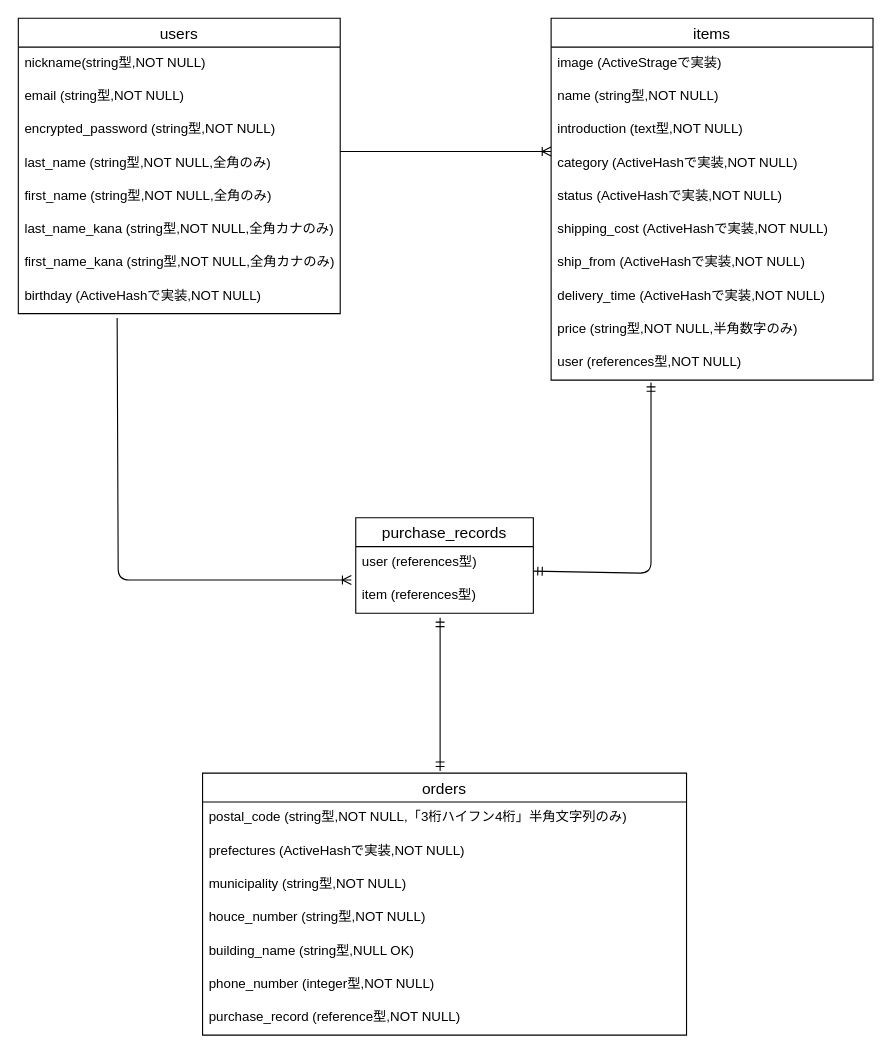
Earlier version of the draw.io diagram furima-ER.dio (sekikazuya/furima-36569). Source tidied: cells renumbered, new cells numbered last; positions are measured from the earlier drawing's top-left corner, leaving out a move shared by most shapes. Both pictures are drawn from the tidied source at 111%, with x=0, y=0 at pixel (18, 18).
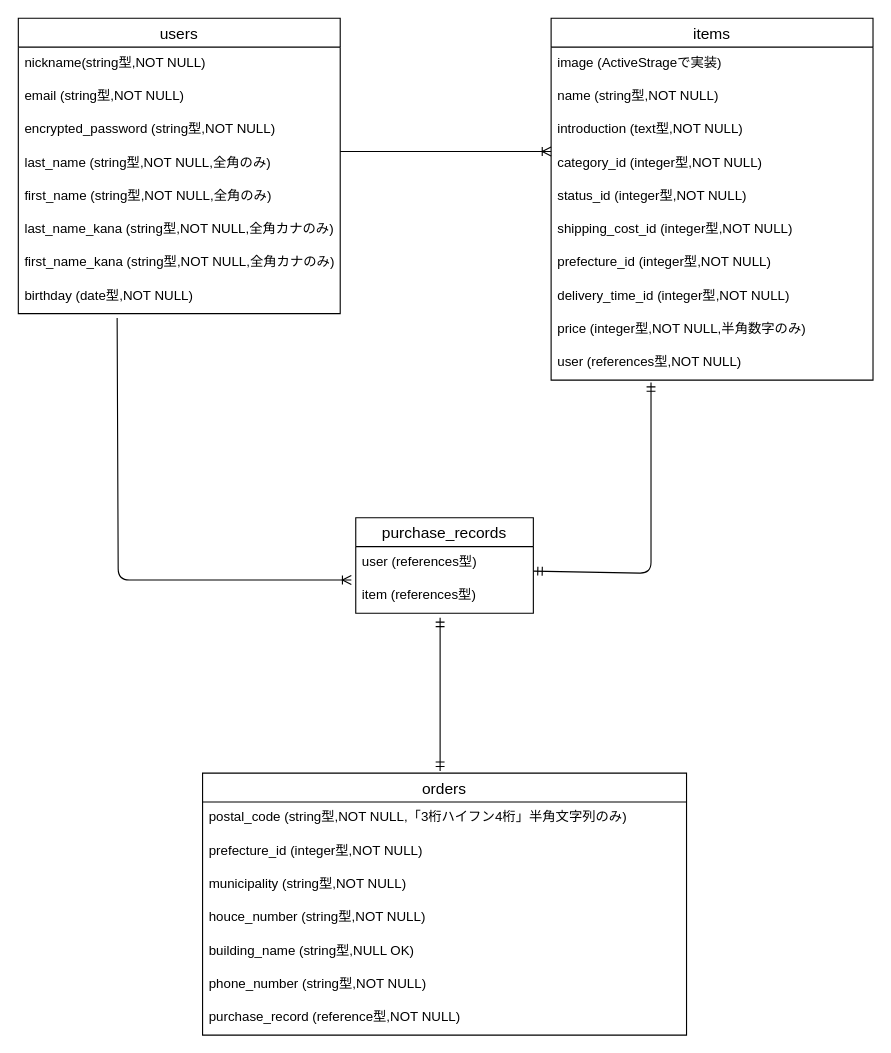
The same page after the edit.

The change refers to these unchanged cells:
```xml
<mxCell id="2" value="users" style="swimlane;fontStyle=0;horizontal=1;startSize=26;align=center;fontSize=14;" parent="1" vertex="1">
  <mxGeometry width="290" height="266" as="geometry" />
</mxCell>
<mxCell id="11" value="items" style="swimlane;fontStyle=0;horizontal=1;startSize=26;align=center;fontSize=14;" parent="1" vertex="1">
  <mxGeometry x="480" width="290" height="326" as="geometry" />
</mxCell>
<mxCell id="22" value="orders" style="swimlane;fontStyle=0;horizontal=1;startSize=26;align=center;fontSize=14;" parent="1" vertex="1">
  <mxGeometry x="166" y="680" width="436" height="236" as="geometry" />
</mxCell>
```

Diff of the diagram source:
```diff
@@
-    <mxCell id="10" value="birthday (ActiveHashで実装,NOT NULL)" style="text;strokeColor=none;fillColor=none;spacingLeft=4;spacingRight=4;overflow=hidden;points=[[0,0.5],[1,0.5]];portConstraint=eastwest;fontSize=12;" parent="2" vertex="1">
+    <mxCell id="10" value="birthday (date型,NOT NULL)" style="text;strokeColor=none;fillColor=none;spacingLeft=4;spacingRight=4;overflow=hidden;points=[[0,0.5],[1,0.5]];portConstraint=eastwest;fontSize=12;" parent="2" vertex="1">
       <mxGeometry y="236" width="290" height="30" as="geometry" />
     </mxCell>
@@
-    <mxCell id="15" value="category (ActiveHashで実装,NOT NULL)" style="text;strokeColor=none;fillColor=none;spacingLeft=4;spacingRight=4;overflow=hidden;points=[[0,0.5],[1,0.5]];portConstraint=eastwest;fontSize=12;" parent="11" vertex="1">
+    <mxCell id="15" value="category_id (integer型,NOT NULL)" style="text;strokeColor=none;fillColor=none;spacingLeft=4;spacingRight=4;overflow=hidden;points=[[0,0.5],[1,0.5]];portConstraint=eastwest;fontSize=12;" parent="11" vertex="1">
       <mxGeometry y="116" width="290" height="30" as="geometry" />
     </mxCell>
-    <mxCell id="16" value="status (ActiveHashで実装,NOT NULL)" style="text;strokeColor=none;fillColor=none;spacingLeft=4;spacingRight=4;overflow=hidden;fontSize=12;" parent="11" vertex="1">
+    <mxCell id="16" value="status_id (integer型,NOT NULL)" style="text;strokeColor=none;fillColor=none;spacingLeft=4;spacingRight=4;overflow=hidden;fontSize=12;" parent="11" vertex="1">
       <mxGeometry y="146" width="290" height="30" as="geometry" />
     </mxCell>
-    <mxCell id="17" value="shipping_cost (ActiveHashで実装,NOT NULL)" style="text;strokeColor=none;fillColor=none;spacingLeft=4;spacingRight=4;overflow=hidden;fontSize=12;" parent="11" vertex="1">
+    <mxCell id="17" value="shipping_cost_id (integer型,NOT NULL)" style="text;strokeColor=none;fillColor=none;spacingLeft=4;spacingRight=4;overflow=hidden;fontSize=12;" parent="11" vertex="1">
       <mxGeometry y="176" width="290" height="30" as="geometry" />
     </mxCell>
-    <mxCell id="18" value="ship_from (ActiveHashで実装,NOT NULL)" style="text;strokeColor=none;fillColor=none;spacingLeft=4;spacingRight=4;overflow=hidden;fontSize=12;" parent="11" vertex="1">
+    <mxCell id="18" value="prefecture_id (integer型,NOT NULL)" style="text;strokeColor=none;fillColor=none;spacingLeft=4;spacingRight=4;overflow=hidden;fontSize=12;" parent="11" vertex="1">
       <mxGeometry y="206" width="290" height="30" as="geometry" />
     </mxCell>
-    <mxCell id="19" value="delivery_time (ActiveHashで実装,NOT NULL)" style="text;strokeColor=none;fillColor=none;spacingLeft=4;spacingRight=4;overflow=hidden;fontSize=12;" parent="11" vertex="1">
+    <mxCell id="19" value="delivery_time_id (integer型,NOT NULL)" style="text;strokeColor=none;fillColor=none;spacingLeft=4;spacingRight=4;overflow=hidden;fontSize=12;" parent="11" vertex="1">
       <mxGeometry y="236" width="290" height="30" as="geometry" />
     </mxCell>
-    <mxCell id="20" value="price (string型,NOT NULL,半角数字のみ)" style="text;strokeColor=none;fillColor=none;spacingLeft=4;spacingRight=4;overflow=hidden;fontSize=12;" parent="11" vertex="1">
+    <mxCell id="20" value="price (integer型,NOT NULL,半角数字のみ)" style="text;strokeColor=none;fillColor=none;spacingLeft=4;spacingRight=4;overflow=hidden;fontSize=12;" parent="11" vertex="1">
       <mxGeometry y="266" width="290" height="30" as="geometry" />
     </mxCell>
@@
-    <mxCell id="24" value="prefectures (ActiveHashで実装,NOT NULL)" style="text;strokeColor=none;fillColor=none;spacingLeft=4;spacingRight=4;overflow=hidden;fontSize=12;" parent="22" vertex="1">
+    <mxCell id="24" value="prefecture_id (integer型,NOT NULL)" style="text;strokeColor=none;fillColor=none;spacingLeft=4;spacingRight=4;overflow=hidden;fontSize=12;" parent="22" vertex="1">
       <mxGeometry y="56" width="436" height="30" as="geometry" />
     </mxCell>
@@
-    <mxCell id="28" value="phone_number (integer型,NOT NULL)" style="text;strokeColor=none;fillColor=none;spacingLeft=4;spacingRight=4;overflow=hidden;fontSize=12;" parent="22" vertex="1">
+    <mxCell id="28" value="phone_number (string型,NOT NULL)" style="text;strokeColor=none;fillColor=none;spacingLeft=4;spacingRight=4;overflow=hidden;fontSize=12;" parent="22" vertex="1">
       <mxGeometry y="176" width="436" height="30" as="geometry" />
     </mxCell>
```
